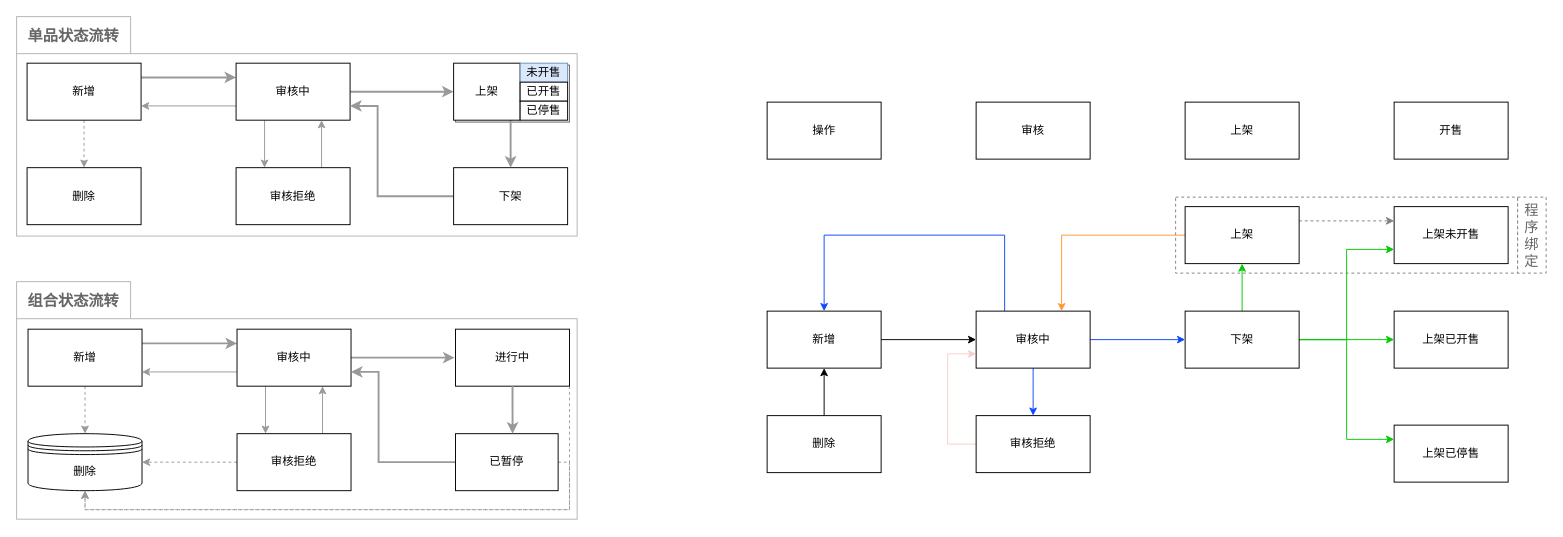
The draw.io diagram page "状态流转" (1 of 3) of 100tal/product-service-combed.drawio in kugouming/flow-process, before the edit. Source tidied: cells renumbered, new cells numbered last; positions are measured from the earlier drawing's top-left corner, leaving out a move shared by most shapes. Both pictures are drawn from the tidied source at 95%, with x=0, y=0 at pixel (16, 16).
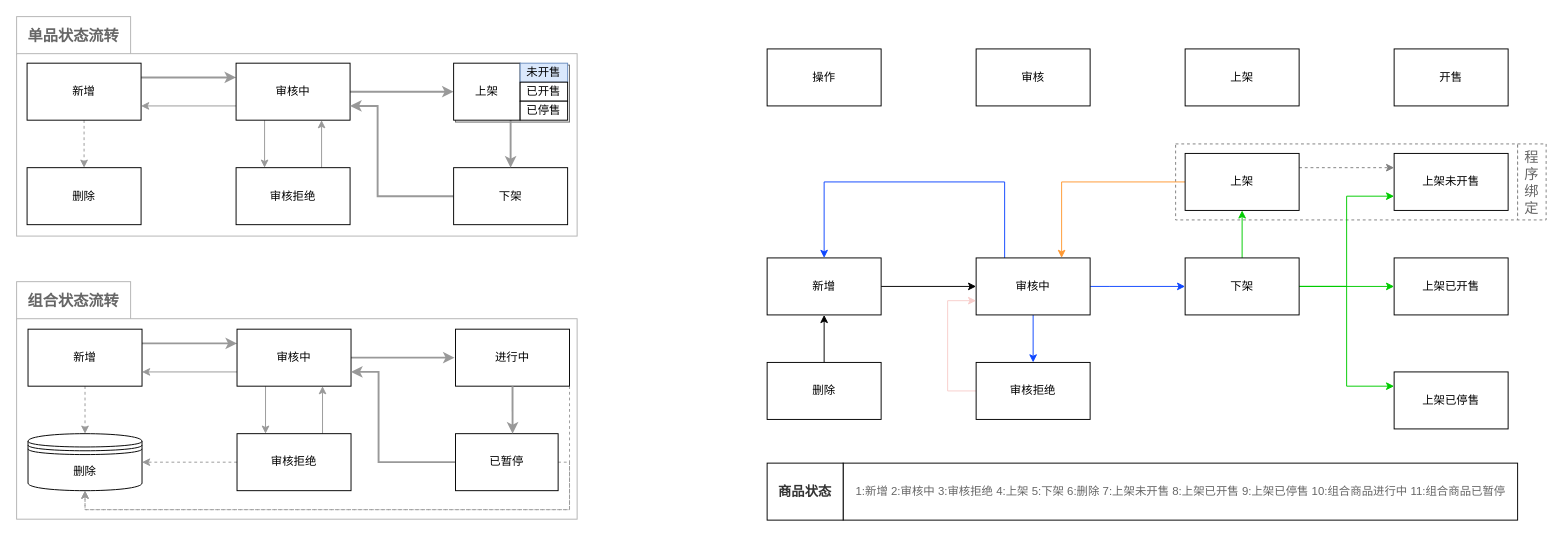
The same page after the edit.

Diff of the diagram source:
```diff
@@
     <mxCell id="5" style="rounded=0;whiteSpace=wrap;html=1;fillColor=none;dashed=1;strokeColor=#808080;" parent="1" vertex="1">
-      <mxGeometry x="1220" y="190" width="360" height="80" as="geometry" />
+      <mxGeometry x="1220" y="134" width="360" height="80" as="geometry" />
     </mxCell>
     <mxCell id="6" value="操作" style="rounded=0;whiteSpace=wrap;html=1;" parent="1" vertex="1">
-      <mxGeometry x="790" y="90" width="120" height="60" as="geometry" />
+      <mxGeometry x="790" y="34" width="120" height="60" as="geometry" />
     </mxCell>
     <mxCell id="7" value="审核" style="rounded=0;whiteSpace=wrap;html=1;" parent="1" vertex="1">
-      <mxGeometry x="1010" y="90" width="120" height="60" as="geometry" />
+      <mxGeometry x="1010" y="34" width="120" height="60" as="geometry" />
     </mxCell>
     <mxCell id="8" value="上架" style="rounded=0;whiteSpace=wrap;html=1;" parent="1" vertex="1">
-      <mxGeometry x="1230" y="90" width="120" height="60" as="geometry" />
+      <mxGeometry x="1230" y="34" width="120" height="60" as="geometry" />
     </mxCell>
     <mxCell id="9" value="开售" style="rounded=0;whiteSpace=wrap;html=1;" parent="1" vertex="1">
-      <mxGeometry x="1450" y="90" width="120" height="60" as="geometry" />
+      <mxGeometry x="1450" y="34" width="120" height="60" as="geometry" />
     </mxCell>
@@
     <mxCell id="11" value="新增" style="rounded=0;whiteSpace=wrap;html=1;" parent="1" vertex="1">
-      <mxGeometry x="790" y="310" width="120" height="60" as="geometry" />
+      <mxGeometry x="790" y="254" width="120" height="60" as="geometry" />
     </mxCell>
@@
     <mxCell id="13" value="删除" style="rounded=0;whiteSpace=wrap;html=1;" parent="1" vertex="1">
-      <mxGeometry x="790" y="420" width="120" height="60" as="geometry" />
+      <mxGeometry x="790" y="364" width="120" height="60" as="geometry" />
     </mxCell>
@@
     <mxCell id="15" style="edgeStyle=orthogonalEdgeStyle;rounded=0;jettySize=auto;html=1;exitX=0.25;exitY=0;exitDx=0;exitDy=0;entryX=0.5;entryY=0;entryDx=0;entryDy=0;strokeColor=#0F47FF;" parent="1" edge="1" source="17" target="11">
       <mxGeometry relative="1" as="geometry">
         <Array as="points">
-          <mxPoint x="1040" y="230" />
-          <mxPoint x="850" y="230" />
+          <mxPoint x="1040" y="174" />
+          <mxPoint x="850" y="174" />
         </Array>
       </mxGeometry>
     </mxCell>
     <mxCell id="16" style="edgeStyle=orthogonalEdgeStyle;rounded=0;jettySize=auto;html=1;exitX=1;exitY=0.5;exitDx=0;exitDy=0;entryX=0;entryY=0.5;entryDx=0;entryDy=0;strokeColor=#0F47FF;" parent="1" edge="1" source="17" target="27">
       <mxGeometry relative="1" as="geometry">
         <Array as="points">
-          <mxPoint x="1150" y="340" />
-          <mxPoint x="1150" y="340" />
+          <mxPoint x="1150" y="284" />
+          <mxPoint x="1150" y="284" />
         </Array>
       </mxGeometry>
     </mxCell>
     <mxCell id="17" value="审核中" style="rounded=0;whiteSpace=wrap;html=1;" parent="1" vertex="1">
-      <mxGeometry x="1010" y="310" width="120" height="60" as="geometry" />
+      <mxGeometry x="1010" y="254" width="120" height="60" as="geometry" />
     </mxCell>
     <mxCell id="18" style="edgeStyle=orthogonalEdgeStyle;rounded=0;jettySize=auto;html=1;exitX=0;exitY=0.5;exitDx=0;exitDy=0;entryX=0;entryY=0.75;entryDx=0;entryDy=0;strokeColor=#F8CECC;" parent="1" edge="1" source="19" target="17">
       <mxGeometry relative="1" as="geometry">
         <Array as="points">
-          <mxPoint x="980" y="450" />
-          <mxPoint x="980" y="355" />
+          <mxPoint x="980" y="394" />
+          <mxPoint x="980" y="299" />
         </Array>
       </mxGeometry>
     </mxCell>
     <mxCell id="19" value="审核拒绝" style="rounded=0;whiteSpace=wrap;html=1;" parent="1" vertex="1">
-      <mxGeometry x="1010" y="420" width="120" height="60" as="geometry" />
+      <mxGeometry x="1010" y="364" width="120" height="60" as="geometry" />
     </mxCell>
@@
     <mxCell id="22" value="上架" style="rounded=0;whiteSpace=wrap;html=1;" parent="1" vertex="1">
-      <mxGeometry x="1230" y="200" width="120" height="60" as="geometry" />
+      <mxGeometry x="1230" y="144" width="120" height="60" as="geometry" />
     </mxCell>
@@
     <mxCell id="27" value="下架" style="rounded=0;whiteSpace=wrap;html=1;" parent="1" vertex="1">
-      <mxGeometry x="1230" y="310" width="120" height="60" as="geometry" />
+      <mxGeometry x="1230" y="254" width="120" height="60" as="geometry" />
     </mxCell>
     <mxCell id="28" value="上架未开售" style="rounded=0;whiteSpace=wrap;html=1;" parent="1" vertex="1">
-      <mxGeometry x="1450" y="200" width="120" height="60" as="geometry" />
+      <mxGeometry x="1450" y="144" width="120" height="60" as="geometry" />
     </mxCell>
     <mxCell id="29" value="上架已开售" style="rounded=0;whiteSpace=wrap;html=1;" parent="1" vertex="1">
-      <mxGeometry x="1450" y="310" width="120" height="60" as="geometry" />
+      <mxGeometry x="1450" y="254" width="120" height="60" as="geometry" />
     </mxCell>
     <mxCell id="30" value="上架已停售" style="rounded=0;whiteSpace=wrap;html=1;" parent="1" vertex="1">
-      <mxGeometry x="1450" y="430" width="120" height="60" as="geometry" />
+      <mxGeometry x="1450" y="374" width="120" height="60" as="geometry" />
     </mxCell>
     <mxCell id="31" value="程&lt;div style=&quot;font-size: 15px;&quot;&gt;序&lt;/div&gt;&lt;div style=&quot;font-size: 15px;&quot;&gt;绑&lt;/div&gt;&lt;div style=&quot;font-size: 15px;&quot;&gt;定&lt;/div&gt;" style="rounded=0;whiteSpace=wrap;html=1;fillColor=default;dashed=1;strokeColor=#808080;fontSize=15;fontColor=#666666;" parent="1" vertex="1">
-      <mxGeometry x="1580" y="190" width="30" height="80" as="geometry" />
+      <mxGeometry x="1580" y="134" width="30" height="80" as="geometry" />
     </mxCell>
@@
+    <mxCell id="69" style="group;" parent="1" vertex="1">
+      <mxGeometry x="790" y="470" width="790" height="60" as="geometry" />
+    </mxCell>
+    <mxCell id="70" style="rounded=0;whiteSpace=wrap;html=1;fillColor=none;" parent="69" vertex="1">
+      <mxGeometry x="80" width="710" height="60" as="geometry" />
+    </mxCell>
+    <mxCell id="71" value="1:新增 2:审核中 3:审核拒绝 4:上架 5:下架 6:删除 7:上架未开售 8:上架已开售 9:上架已停售 10:组合商品进行中 11:组合商品已暂停" style="text;html=1;align=center;verticalAlign=middle;strokeColor=none;fillColor=none;fontSize=12;fontColor=#666666;" parent="69" vertex="1">
+      <mxGeometry x="80" y="15" width="710" height="30" as="geometry" />
+    </mxCell>
+    <mxCell id="72" value="商品状态" style="rounded=0;whiteSpace=wrap;html=1;fontStyle=1;fontSize=14;fontColor=#333333;" parent="69" vertex="1">
+      <mxGeometry width="80" height="60" as="geometry" />
+    </mxCell>
```
